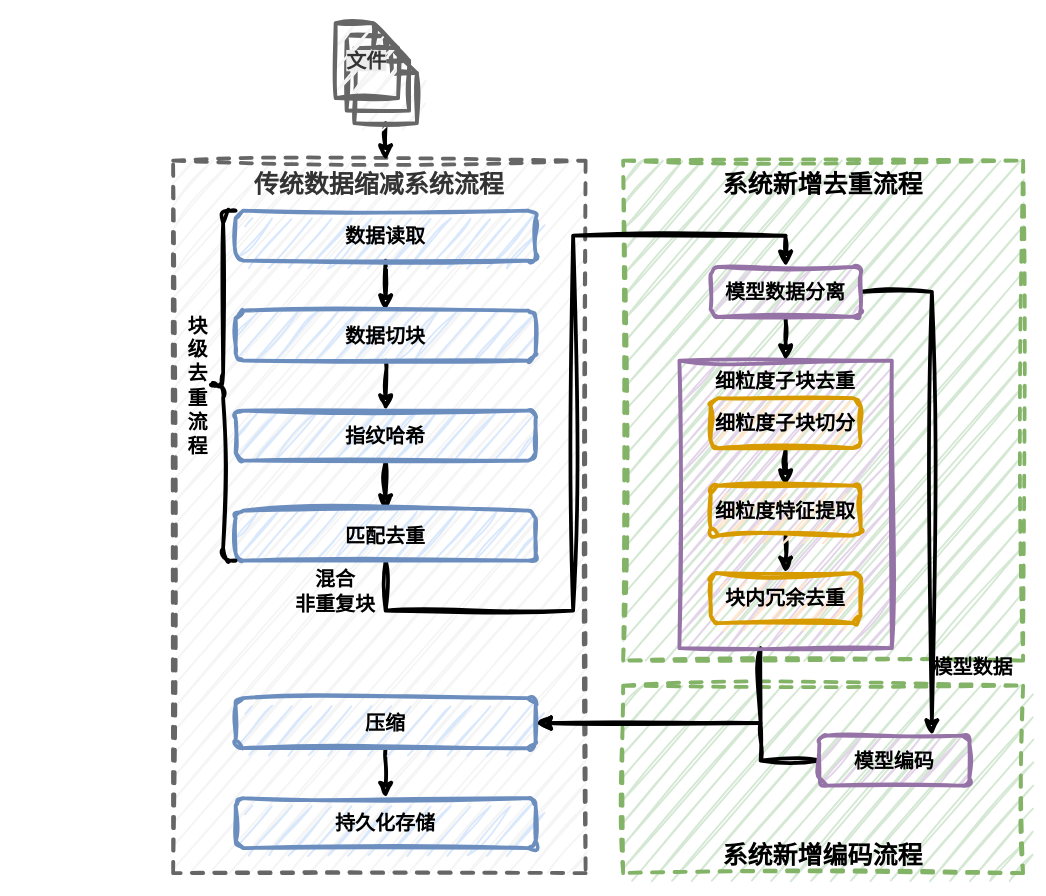
lucky6six/SJTU-lz keeps this draw.io diagram as figures/0300overview.drawio. Above is the earlier version. Source tidied: cells renumbered, new cells numbered last; positions are measured from the earlier drawing's top-left corner, leaving out a move shared by most shapes. Both pictures are drawn from the tidied source at 125%, with x=0, y=0 at pixel (172, 22).
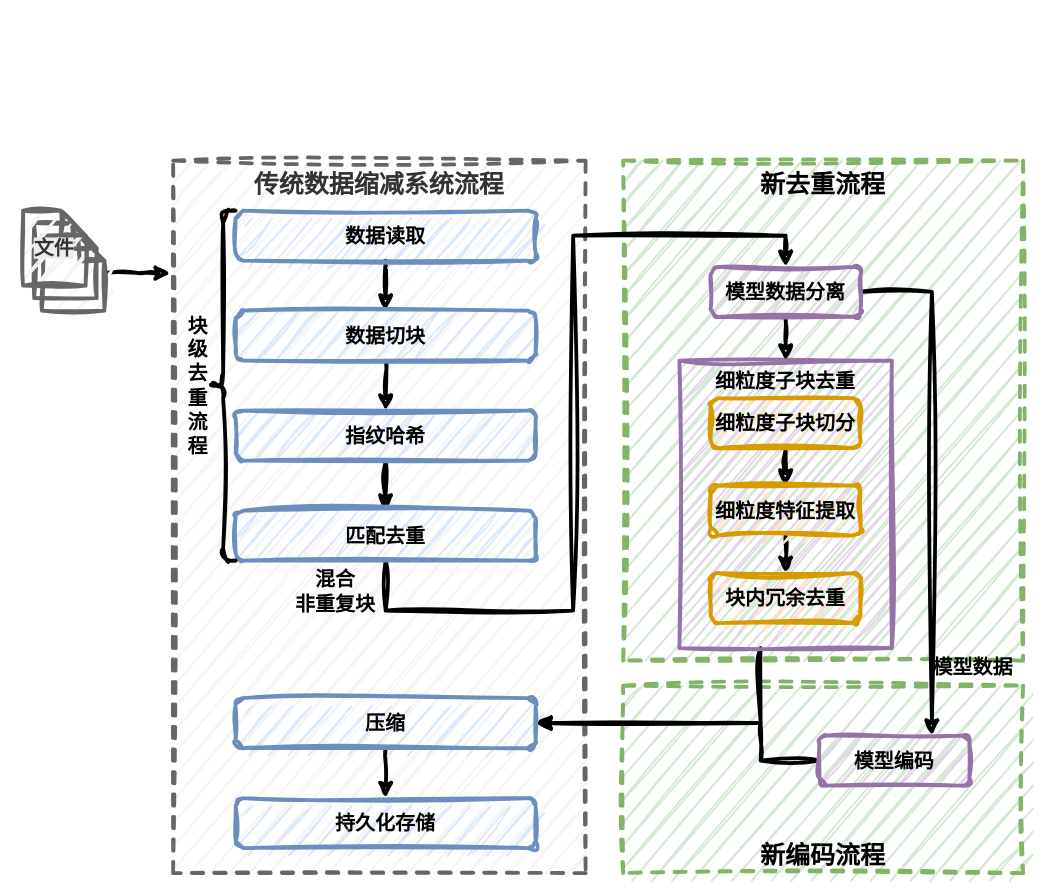
The same diagram, later.

Unchanged cells that the change refers to:
```xml
<mxCell id="4" value="传统数据缩减系统流程" style="rounded=0;whiteSpace=wrap;html=1;verticalAlign=top;dashed=1;strokeWidth=3;fontSize=20;fontStyle=1;sketch=1;curveFitting=1;jiggle=2;fillColor=#f5f5f5;fontColor=#333333;strokeColor=#666666;" parent="1" vertex="1">
  <mxGeometry y="110" width="330" height="570" as="geometry" />
</mxCell>
```

What changed in the source:
```diff
@@
-    <mxCell id="2" value="系统新增编码流程" style="rounded=0;whiteSpace=wrap;html=1;strokeWidth=3;dashed=1;fillColor=#d5e8d4;strokeColor=#82b366;sketch=1;curveFitting=1;jiggle=2;verticalAlign=bottom;fontSize=20;fontStyle=1;" parent="1" vertex="1">
+    <mxCell id="2" value="新编码流程" style="rounded=0;whiteSpace=wrap;html=1;strokeWidth=3;dashed=1;fillColor=#d5e8d4;strokeColor=#82b366;sketch=1;curveFitting=1;jiggle=2;verticalAlign=bottom;fontSize=20;fontStyle=1;" parent="1" vertex="1">
       <mxGeometry x="360" y="530" width="320" height="150" as="geometry" />
     </mxCell>
-    <mxCell id="3" value="系统新增去重流程" style="rounded=0;whiteSpace=wrap;html=1;verticalAlign=top;dashed=1;strokeWidth=3;fontSize=20;fontStyle=1;fillColor=#d5e8d4;strokeColor=#82b366;sketch=1;curveFitting=1;jiggle=2;" parent="1" vertex="1">
+    <mxCell id="3" value="新去重流程" style="rounded=0;whiteSpace=wrap;html=1;verticalAlign=top;dashed=1;strokeWidth=3;fontSize=20;fontStyle=1;fillColor=#d5e8d4;strokeColor=#82b366;sketch=1;curveFitting=1;jiggle=2;" parent="1" vertex="1">
       <mxGeometry x="360" y="110" width="320" height="400" as="geometry" />
     </mxCell>
@@
-    <mxCell id="7" style="edgeStyle=orthogonalEdgeStyle;rounded=0;jettySize=auto;html=1;fontSize=16;fontStyle=1;strokeWidth=3;sketch=1;curveFitting=1;jiggle=2;" parent="1" edge="1" source="8">
-      <mxGeometry relative="1" as="geometry">
-        <mxPoint x="170" y="110" as="targetPoint" />
-      </mxGeometry>
+    <mxCell id="7" style="edgeStyle=orthogonalEdgeStyle;rounded=0;jettySize=auto;html=1;fontSize=16;fontStyle=1;strokeWidth=3;sketch=1;curveFitting=1;jiggle=2;entryX=-0.006;entryY=0.158;entryDx=0;entryDy=0;entryPerimeter=0;" parent="1" edge="1" source="8" target="4">
+      <mxGeometry relative="1" as="geometry" />
     </mxCell>
     <mxCell id="8" style="shape=note;size=20;whiteSpace=wrap;html=1;fillColor=#f5f5f5;fontColor=#333333;strokeColor=#666666;rounded=1;fontSize=16;fontStyle=1;strokeWidth=3;sketch=1;curveFitting=1;jiggle=2;" parent="1" vertex="1">
-      <mxGeometry x="145" y="20" width="50" height="60" as="geometry" />
+      <mxGeometry x="-105" y="170" width="50" height="60" as="geometry" />
     </mxCell>
     <mxCell id="9" style="shape=note;size=20;whiteSpace=wrap;html=1;fillColor=#f5f5f5;fontColor=#333333;strokeColor=#666666;rounded=1;fontSize=16;fontStyle=1;strokeWidth=3;sketch=1;curveFitting=1;jiggle=2;" parent="1" vertex="1">
-      <mxGeometry x="138.8" y="10" width="50" height="60" as="geometry" />
+      <mxGeometry x="-111.2" y="160" width="50" height="60" as="geometry" />
     </mxCell>
     <mxCell id="10" value="&lt;span style=&quot;color: rgb(51, 51, 51); font-family: Helvetica; font-style: normal; font-variant-ligatures: normal; font-variant-caps: normal; letter-spacing: normal; orphans: 2; text-align: center; text-indent: 0px; text-transform: none; widows: 2; word-spacing: 0px; -webkit-text-stroke-width: 0px; white-space: normal; background-color: rgb(236, 236, 236); text-decoration-thickness: initial; text-decoration-style: initial; text-decoration-color: initial; float: none; display: inline !important;&quot;&gt;文件&lt;/span&gt;" style="shape=note;size=20;whiteSpace=wrap;html=1;fillColor=#f5f5f5;fontColor=#333333;strokeColor=#666666;rounded=1;fontSize=16;fontStyle=1;strokeWidth=3;sketch=1;curveFitting=1;jiggle=2;" parent="1" vertex="1">
-      <mxGeometry x="130" width="50" height="60" as="geometry" />
+      <mxGeometry x="-120" y="150" width="50" height="60" as="geometry" />
     </mxCell>
```
